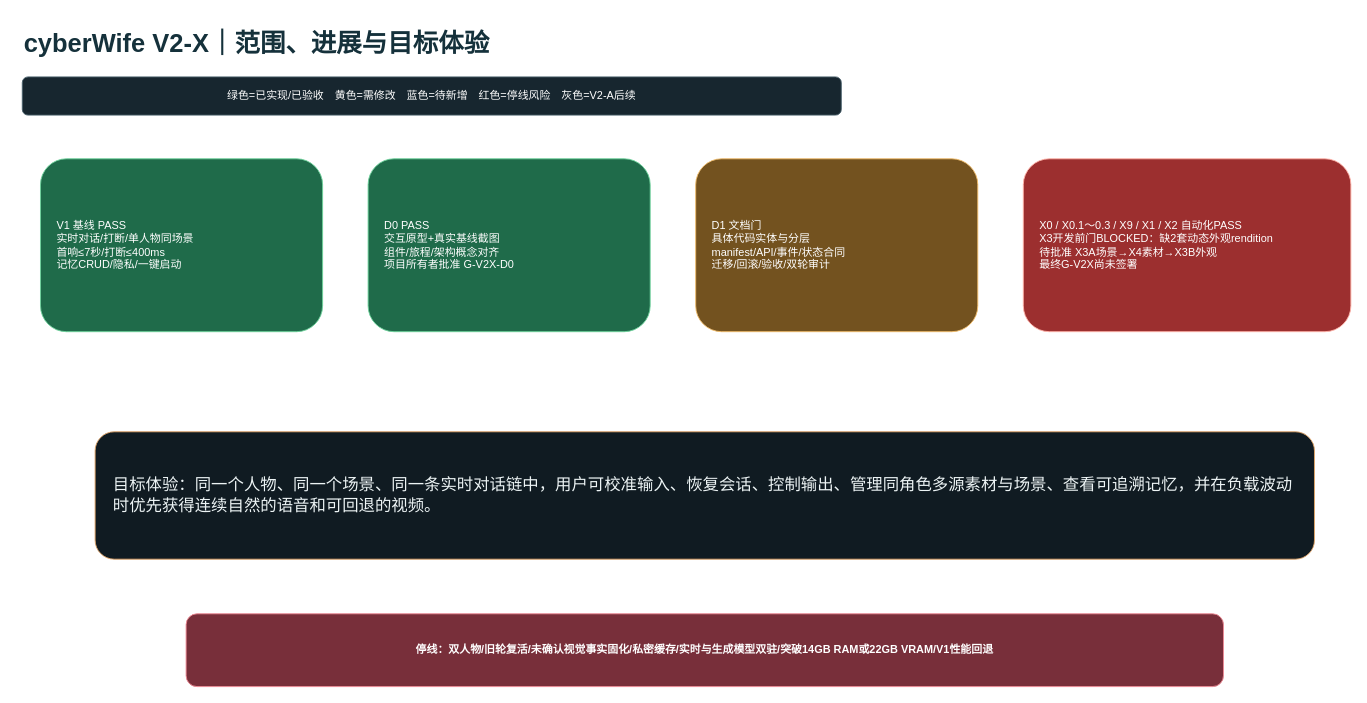
Above: page "01-范围进展与目标体验" (1 of 8) of docs/architecture/v2-x-gap.drawio in ljx418/cyberWife (draw.io), before the change. Source tidied: cells renumbered, new cells numbered last; positions are measured from the earlier drawing's top-left corner, leaving out a move shared by most shapes. Both pictures are drawn from the tidied source at 91%, with x=0, y=0 at pixel (22, 22).
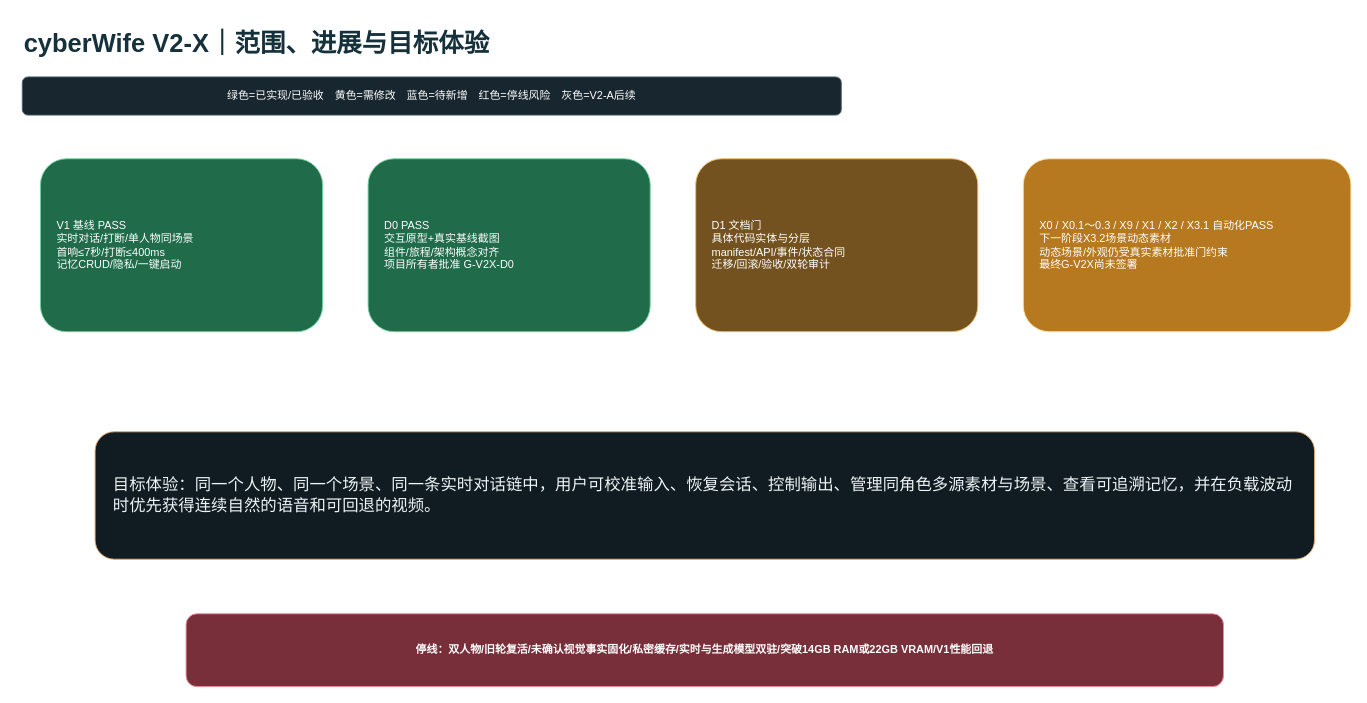
Above is the later version.

What changed in the source:
```diff
@@
 <mxGraphModel>
   <root>
     <mxCell id="0" />
     <mxCell id="1" parent="0" />
     <mxCell id="2" value="cyberWife V2-X｜范围、进展与目标体验" style="text;html=1;fontSize=28;fontStyle=1;fontColor=#15313B;" parent="1" vertex="1">
       <mxGeometry width="1200" height="50" as="geometry" />
     </mxCell>
     <mxCell id="3" value="绿色=已实现/已验收　黄色=需修改　蓝色=待新增　红色=停线风险　灰色=V2-A后续" style="rounded=1;whiteSpace=wrap;html=1;fillColor=#17262F;strokeColor=#49606C;fontColor=#FFFFFF;" parent="1" vertex="1">
       <mxGeometry y="60" width="900" height="42" as="geometry" />
     </mxCell>
     <mxCell id="4" value="V1 基线 PASS&#10;实时对话/打断/单人物同场景&#10;首响≤7秒/打断≤400ms&#10;记忆CRUD/隐私/一键启动" style="rounded=1;whiteSpace=wrap;html=1;fillColor=#1F6B4A;strokeColor=#6ED39C;fontColor=#FFFFFF;align=left;spacing=18;" parent="1" vertex="1">
       <mxGeometry x="20" y="150" width="310" height="190" as="geometry" />
     </mxCell>
     <mxCell id="5" value="D0 PASS&#10;交互原型+真实基线截图&#10;组件/旅程/架构概念对齐&#10;项目所有者批准 G-V2X-D0" style="rounded=1;whiteSpace=wrap;html=1;fillColor=#1F6B4A;strokeColor=#6ED39C;fontColor=#FFFFFF;align=left;spacing=18;" parent="1" vertex="1">
       <mxGeometry x="380" y="150" width="310" height="190" as="geometry" />
     </mxCell>
     <mxCell id="6" value="D1 文档门&#10;具体代码实体与分层&#10;manifest/API/事件/状态合同&#10;迁移/回滚/验收/双轮审计" style="rounded=1;whiteSpace=wrap;html=1;fillColor=#73521F;strokeColor=#F2BD6B;fontColor=#FFFFFF;align=left;spacing=18;" parent="1" vertex="1">
       <mxGeometry x="740" y="150" width="310" height="190" as="geometry" />
     </mxCell>
-    <mxCell id="7" value="X0 / X0.1～0.3 / X9 / X1 / X2 自动化PASS&#10;X3开发前门BLOCKED：缺2套动态外观rendition&#10;待批准 X3A场景→X4素材→X3B外观&#10;最终G-V2X尚未签署" style="rounded=1;whiteSpace=wrap;html=1;fillColor=#9C2F2F;strokeColor=#FFB4AB;fontColor=#FFFFFF;align=left;spacing=18;" parent="1" vertex="1">
+    <mxCell id="7" value="X0 / X0.1～0.3 / X9 / X1 / X2 / X3.1 自动化PASS&#10;下一阶段X3.2场景动态素材&#10;动态场景/外观仍受真实素材批准门约束&#10;最终G-V2X尚未签署" style="rounded=1;whiteSpace=wrap;html=1;fillColor=#B7791F;strokeColor=#FFE0A3;fontColor=#FFFFFF;align=left;spacing=18;" parent="1" vertex="1">
       <mxGeometry x="1100" y="150" width="360" height="190" as="geometry" />
     </mxCell>
     <mxCell id="8" value="目标体验：同一个人物、同一个场景、同一条实时对话链中，用户可校准输入、恢复会话、控制输出、管理同角色多源素材与场景、查看可追溯记忆，并在负载波动时优先获得连续自然的语音和可回退的视频。" style="rounded=1;whiteSpace=wrap;html=1;fillColor=#101B22;strokeColor=#E4A668;fontColor=#EDF4F5;fontSize=18;align=left;spacing=20;" parent="1" vertex="1">
       <mxGeometry x="80" y="450" width="1340" height="140" as="geometry" />
     </mxCell>
     <mxCell id="9" value="停线：双人物/旧轮复活/未确认视觉事实固化/私密缓存/实时与生成模型双驻/突破14GB RAM或22GB VRAM/V1性能回退" style="rounded=1;whiteSpace=wrap;html=1;fillColor=#782F3A;strokeColor=#F08A96;fontColor=#FFFFFF;fontStyle=1;" parent="1" vertex="1">
       <mxGeometry x="180" y="650" width="1140" height="80" as="geometry" />
     </mxCell>
     <mxCell id="10" style="edgeStyle=orthogonalEdgeStyle;strokeColor=#8AA0A9;endArrow=block;" parent="1" edge="1" source="4" target="5" />
     <mxCell id="11" style="edgeStyle=orthogonalEdgeStyle;strokeColor=#8AA0A9;endArrow=block;" parent="1" edge="1" source="5" target="6" />
     <mxCell id="12" style="edgeStyle=orthogonalEdgeStyle;strokeColor=#8AA0A9;endArrow=block;" parent="1" edge="1" source="6" target="7" />
   </root>
 </mxGraphModel>
```
